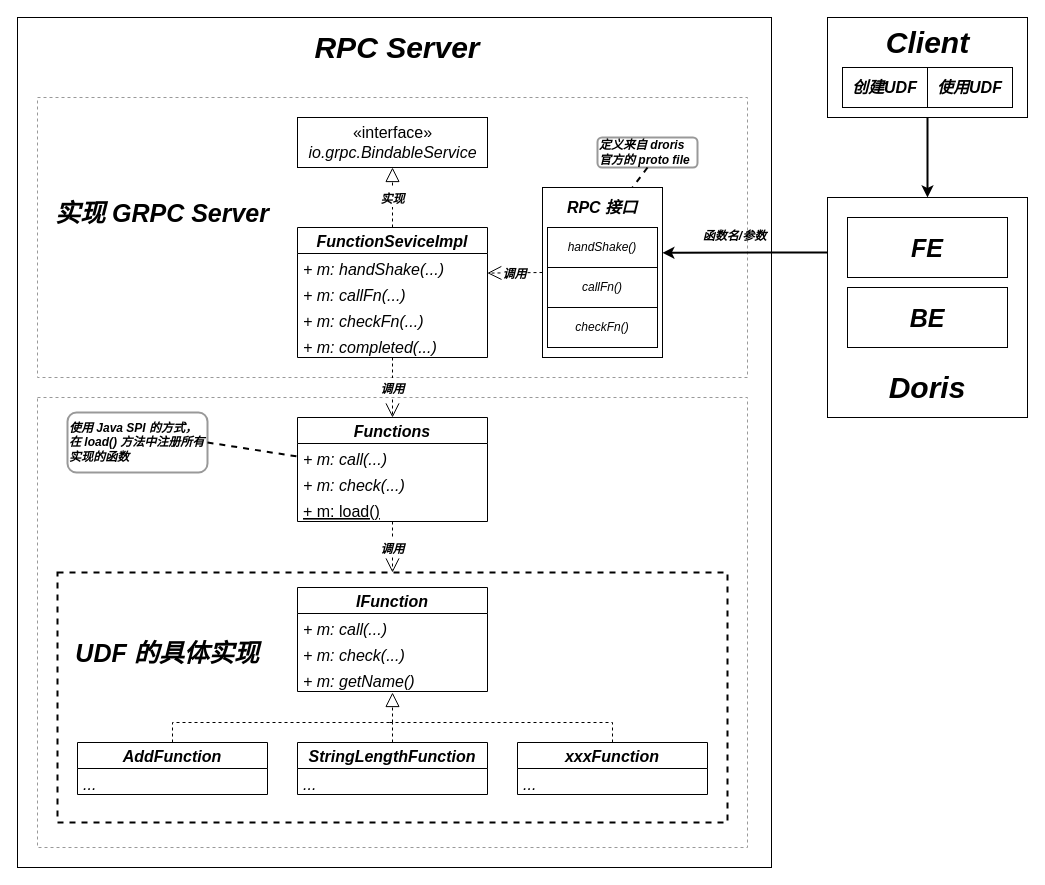
The draw.io diagram arch.drawio in siu91/jrudf, before the edit. Source tidied: cells renumbered, new cells numbered last; positions are measured from the earlier drawing's top-left corner, leaving out a move shared by most shapes. Both pictures are drawn from the tidied source at 100%, with x=0, y=0 at pixel (17, 17).
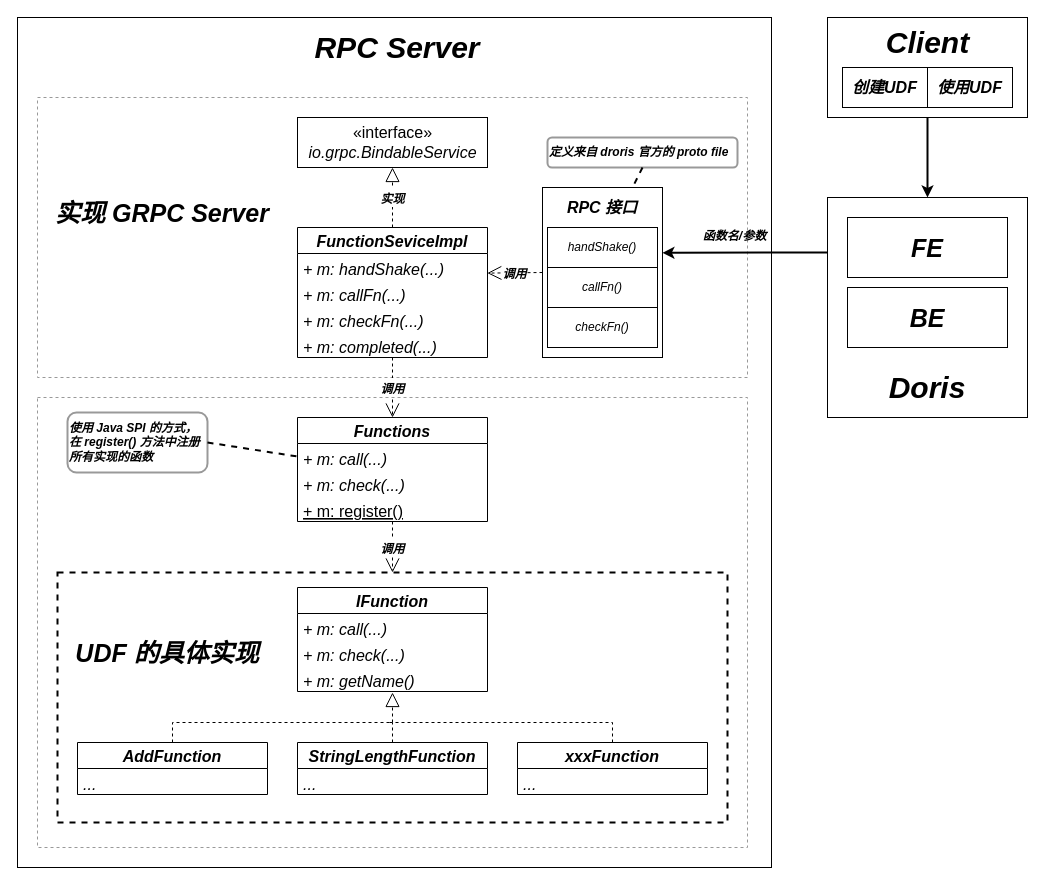
The same diagram, later.

Commit message (it also covers changes not shown here):
arch:更新设计图

Unchanged cells that the change refers to:
```xml
<mxCell id="25" value="Functions" style="swimlane;fontStyle=3;horizontal=1;startSize=26;fillColor=none;rounded=0;fontSize=16;strokeColor=#000000;strokeWidth=1;" parent="1" vertex="1">
  <mxGeometry x="280" y="400" width="190" height="104" as="geometry" />
</mxCell>
```

What changed in the source:
```diff
@@
-    <mxCell id="28" value="+ m: load()" style="text;strokeColor=none;fillColor=none;align=left;verticalAlign=top;spacingLeft=4;spacingRight=4;overflow=hidden;rounded=0;fontSize=16;fontStyle=4;" parent="25" vertex="1">
+    <mxCell id="28" value="+ m: register()" style="text;strokeColor=none;fillColor=none;align=left;verticalAlign=top;spacingLeft=4;spacingRight=4;overflow=hidden;rounded=0;fontSize=16;fontStyle=4;" parent="25" vertex="1">
       <mxGeometry y="78" width="190" height="26" as="geometry" />
     </mxCell>
@@
-    <mxCell id="52" value="&lt;b&gt;&lt;i&gt;使用 Java SPI 的方式，在 load() 方法中注册所有实现的函数&lt;/i&gt;&lt;/b&gt;" style="rounded=1;whiteSpace=wrap;html=1;labelBackgroundColor=none;fontSize=12;strokeColor=#999999;strokeWidth=2;fillColor=default;align=left;" parent="1" vertex="1">
+    <mxCell id="52" value="&lt;b&gt;&lt;i&gt;使用 Java SPI 的方式，在 register() 方法中注册所有实现的函数&lt;/i&gt;&lt;/b&gt;" style="rounded=1;whiteSpace=wrap;html=1;labelBackgroundColor=none;fontSize=12;strokeColor=#999999;strokeWidth=2;fillColor=default;align=left;" parent="1" vertex="1">
       <mxGeometry x="50" y="395" width="140" height="60" as="geometry" />
     </mxCell>
@@
     <mxCell id="54" value="&lt;b&gt;&lt;i&gt;定义来自 droris 官方的 proto file&lt;/i&gt;&lt;/b&gt;" style="rounded=1;whiteSpace=wrap;html=1;labelBackgroundColor=none;fontSize=12;strokeColor=#999999;strokeWidth=2;fillColor=default;align=left;" parent="1" vertex="1">
-      <mxGeometry x="580" y="120" width="100" height="30" as="geometry" />
+      <mxGeometry x="530" y="120" width="190" height="30" as="geometry" />
     </mxCell>
```
